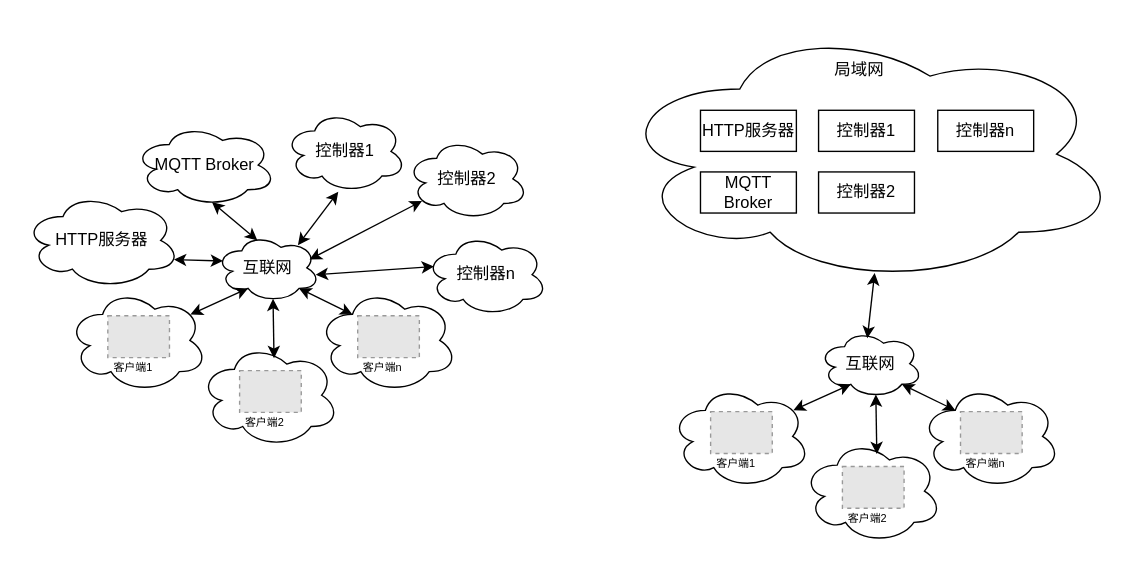
This is page "第 1 页" (1 of 3) of 系统拓扑图.drawio from hjc2000/paperwork, a draw.io file, before an edit. Source tidied: cells renumbered, new cells numbered last; positions are measured from the earlier drawing's top-left corner, leaving out a move shared by most shapes. Both pictures are drawn from the tidied source at 137%, with x=0, y=0 at pixel (23, 23). Pictures stored in the file or linked from it are replaced by grey dashed boxes.
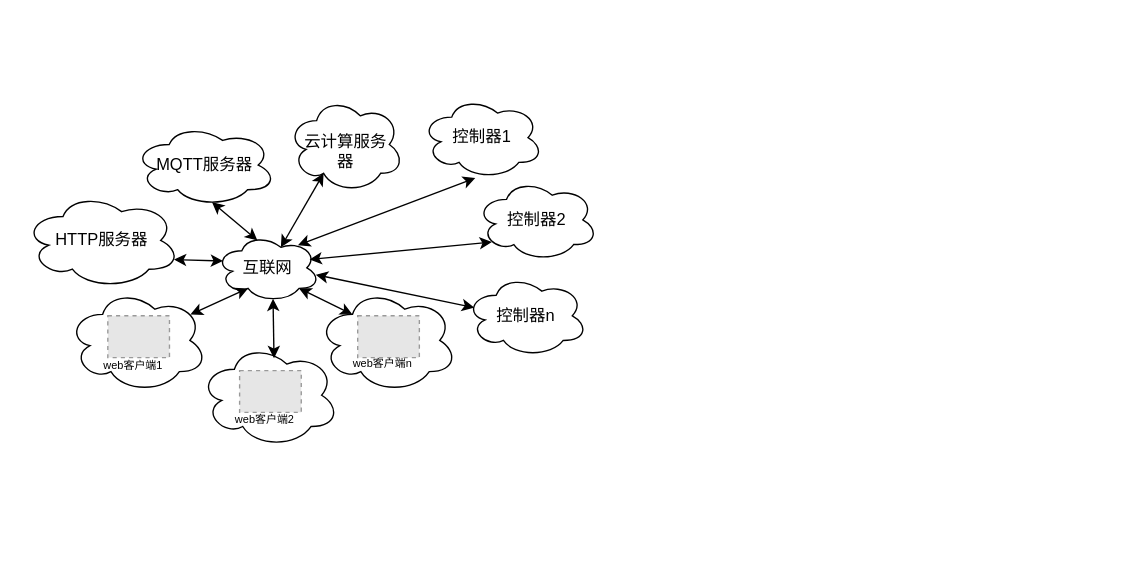
The same page after the edit.

Unchanged cells that the change refers to:
```xml
<mxCell id="3" value="互联网" style="ellipse;shape=cloud;whiteSpace=wrap;html=1;fontFamily=宋体;" parent="1" vertex="1">
  <mxGeometry x="140" y="153" width="76" height="50" as="geometry" />
</mxCell>
<mxCell id="4" style="group;" parent="1" vertex="1">
  <mxGeometry x="53.8" y="213" width="86.2" height="56" as="geometry" />
</mxCell>
<mxCell id="8" style="group;" parent="1" vertex="1">
  <mxGeometry x="150" y="253" width="86.2" height="56" as="geometry" />
</mxCell>
<mxCell id="12" style="group;" parent="1" vertex="1">
  <mxGeometry x="236.2" y="213" width="86.2" height="56" as="geometry" />
</mxCell>
```

The edit, as a diff of the source:
```diff
@@
-    <mxCell id="2" style="ellipse;shape=cloud;whiteSpace=wrap;html=1;fontFamily=宋体;verticalAlign=top;" parent="1" vertex="1">
-      <mxGeometry x="430" width="370" height="190" as="geometry" />
-    </mxCell>
@@
-    <mxCell id="7" value="&lt;font style=&quot;font-size: 8px&quot;&gt;客户端1&lt;/font&gt;" style="text;html=1;strokeColor=none;fillColor=none;align=center;verticalAlign=middle;whiteSpace=wrap;rounded=0;fontFamily=宋体;" parent="4" vertex="1">
-      <mxGeometry y="25.7" width="52.4" height="23.3" as="geometry" />
+    <mxCell id="7" value="&lt;font style=&quot;font-size: 8px&quot;&gt;web客户端1&lt;/font&gt;" style="text;html=1;strokeColor=none;fillColor=none;align=center;verticalAlign=middle;whiteSpace=wrap;rounded=0;fontFamily=宋体;" parent="4" vertex="1">
+      <mxGeometry y="23.7" width="52.4" height="23.3" as="geometry" />
     </mxCell>
@@
-    <mxCell id="11" value="&lt;font style=&quot;font-size: 8px&quot;&gt;客户端2&lt;/font&gt;" style="text;html=1;strokeColor=none;fillColor=none;align=center;verticalAlign=middle;whiteSpace=wrap;rounded=0;fontFamily=宋体;" parent="8" vertex="1">
-      <mxGeometry y="25.7" width="52.4" height="23.3" as="geometry" />
+    <mxCell id="11" value="&lt;font style=&quot;font-size: 8px&quot;&gt;web客户端2&lt;/font&gt;" style="text;html=1;strokeColor=none;fillColor=none;align=center;verticalAlign=middle;whiteSpace=wrap;rounded=0;fontFamily=宋体;" parent="8" vertex="1">
+      <mxGeometry y="23.7" width="52.4" height="23.3" as="geometry" />
     </mxCell>
@@
-    <mxCell id="15" value="&lt;font style=&quot;font-size: 8px&quot;&gt;客户端n&lt;/font&gt;" style="text;html=1;strokeColor=none;fillColor=none;align=center;verticalAlign=middle;whiteSpace=wrap;rounded=0;fontFamily=宋体;" parent="12" vertex="1">
-      <mxGeometry y="25.7" width="52.4" height="23.3" as="geometry" />
+    <mxCell id="15" value="&lt;font style=&quot;font-size: 8px&quot;&gt;web客户端n&lt;/font&gt;" style="text;html=1;strokeColor=none;fillColor=none;align=center;verticalAlign=middle;whiteSpace=wrap;rounded=0;fontFamily=宋体;" parent="12" vertex="1">
+      <mxGeometry y="22.7" width="52.4" height="23.3" as="geometry" />
     </mxCell>
@@
     <mxCell id="19" value="控制器1" style="ellipse;shape=cloud;whiteSpace=wrap;html=1;fontFamily=宋体;" parent="1" vertex="1">
-      <mxGeometry x="190" y="63" width="89" height="60" as="geometry" />
+      <mxGeometry x="290" y="53" width="89" height="60" as="geometry" />
     </mxCell>
@@
-    <mxCell id="21" value="MQTT Broker" style="ellipse;shape=cloud;whiteSpace=wrap;html=1;fontFamily=宋体;" parent="1" vertex="1">
+    <mxCell id="21" value="MQTT服务器" style="ellipse;shape=cloud;whiteSpace=wrap;html=1;fontFamily=宋体;" parent="1" vertex="1">
       <mxGeometry x="80" y="73" width="104" height="60" as="geometry" />
     </mxCell>
@@
     <mxCell id="25" value="控制器2" style="ellipse;shape=cloud;whiteSpace=wrap;html=1;fontFamily=宋体;" parent="1" vertex="1">
-      <mxGeometry x="279" y="83" width="89" height="60" as="geometry" />
+      <mxGeometry x="330" y="113" width="89" height="60" as="geometry" />
     </mxCell>
     <mxCell id="26" value="控制器n" style="ellipse;shape=cloud;whiteSpace=wrap;html=1;fontFamily=宋体;" parent="1" vertex="1">
-      <mxGeometry x="293" y="153" width="89" height="60" as="geometry" />
+      <mxGeometry x="322.4" y="183" width="89" height="60" as="geometry" />
     </mxCell>
@@
-    <mxCell id="29" value="互联网" style="ellipse;shape=cloud;whiteSpace=wrap;html=1;fontFamily=宋体;" parent="1" vertex="1">
-      <mxGeometry x="580" y="223" width="76" height="50" as="geometry" />
-    </mxCell>
-    <mxCell id="30" style="group;" parent="1" vertex="1">
-      <mxGeometry x="493.8" y="283" width="86.2" height="56" as="geometry" />
-    </mxCell>
-    <mxCell id="31" style="ellipse;shape=cloud;whiteSpace=wrap;html=1;fontFamily=宋体;" parent="30" vertex="1">
-      <mxGeometry x="-21.9" y="-20" width="101.9" height="76" as="geometry" />
-    </mxCell>
-    <mxCell id="32" style="fillColor=#E6E6E6;strokeColor=#999999;dashed=1;verticalLabelPosition=bottom;labelBackgroundColor=default;verticalAlign=top;fontFamily=宋体;" parent="30" vertex="1">
-      <mxGeometry x="7.4" width="45" height="30.5" as="geometry" />
-    </mxCell>
-    <mxCell id="33" value="&lt;font style=&quot;font-size: 8px&quot;&gt;客户端1&lt;/font&gt;" style="text;html=1;strokeColor=none;fillColor=none;align=center;verticalAlign=middle;whiteSpace=wrap;rounded=0;fontFamily=宋体;" parent="30" vertex="1">
-      <mxGeometry y="25.7" width="52.4" height="23.3" as="geometry" />
-    </mxCell>
-    <mxCell id="34" style="group;" parent="1" vertex="1">
-      <mxGeometry x="590" y="323" width="86.2" height="56" as="geometry" />
-    </mxCell>
-    <mxCell id="35" style="ellipse;shape=cloud;whiteSpace=wrap;html=1;fontFamily=宋体;" parent="34" vertex="1">
-      <mxGeometry x="-21.9" y="-20" width="101.9" height="76" as="geometry" />
-    </mxCell>
-    <mxCell id="36" style="fillColor=#E6E6E6;strokeColor=#999999;dashed=1;verticalLabelPosition=bottom;labelBackgroundColor=default;verticalAlign=top;fontFamily=宋体;" parent="34" vertex="1">
-      <mxGeometry x="7.4" width="45" height="30.5" as="geometry" />
-    </mxCell>
-    <mxCell id="37" value="&lt;font style=&quot;font-size: 8px&quot;&gt;客户端2&lt;/font&gt;" style="text;html=1;strokeColor=none;fillColor=none;align=center;verticalAlign=middle;whiteSpace=wrap;rounded=0;fontFamily=宋体;" parent="34" vertex="1">
-      <mxGeometry y="25.7" width="52.4" height="23.3" as="geometry" />
-    </mxCell>
-    <mxCell id="38" style="group;" parent="1" vertex="1">
-      <mxGeometry x="676.2" y="283" width="86.2" height="56" as="geometry" />
-    </mxCell>
-    <mxCell id="39" style="ellipse;shape=cloud;whiteSpace=wrap;html=1;fontFamily=宋体;" parent="38" vertex="1">
-      <mxGeometry x="-21.9" y="-20" width="101.9" height="76" as="geometry" />
-    </mxCell>
-    <mxCell id="40" style="fillColor=#E6E6E6;strokeColor=#999999;dashed=1;verticalLabelPosition=bottom;labelBackgroundColor=default;verticalAlign=top;fontFamily=宋体;" parent="38" vertex="1">
-      <mxGeometry x="7.4" width="45" height="30.5" as="geometry" />
-    </mxCell>
-    <mxCell id="41" value="&lt;font style=&quot;font-size: 8px&quot;&gt;客户端n&lt;/font&gt;" style="text;html=1;strokeColor=none;fillColor=none;align=center;verticalAlign=middle;whiteSpace=wrap;rounded=0;fontFamily=宋体;" parent="38" vertex="1">
-      <mxGeometry y="25.7" width="52.4" height="23.3" as="geometry" />
-    </mxCell>
-    <mxCell id="42" style="endArrow=classic;html=1;rounded=0;fontFamily=宋体;exitX=0.31;exitY=0.8;exitDx=0;exitDy=0;exitPerimeter=0;entryX=0.88;entryY=0.25;entryDx=0;entryDy=0;entryPerimeter=0;startArrow=classic;startFill=1;" parent="1" edge="1" source="29" target="31">
-      <mxGeometry relative="1" as="geometry" />
-    </mxCell>
-    <mxCell id="43" style="endArrow=classic;html=1;rounded=0;fontFamily=宋体;exitX=0.55;exitY=0.95;exitDx=0;exitDy=0;exitPerimeter=0;entryX=0.534;entryY=0.144;entryDx=0;entryDy=0;entryPerimeter=0;startArrow=classic;startFill=1;" parent="1" edge="1" source="29" target="35">
-      <mxGeometry relative="1" as="geometry" />
-    </mxCell>
-    <mxCell id="44" style="endArrow=classic;html=1;rounded=0;fontFamily=宋体;exitX=0.8;exitY=0.8;exitDx=0;exitDy=0;exitPerimeter=0;entryX=0.25;entryY=0.25;entryDx=0;entryDy=0;entryPerimeter=0;startArrow=classic;startFill=1;" parent="1" edge="1" source="29" target="39">
-      <mxGeometry relative="1" as="geometry" />
-    </mxCell>
-    <mxCell id="45" value="HTTP服务器" style="rounded=0;whiteSpace=wrap;html=1;fontFamily=宋体;" parent="1" vertex="1">
-      <mxGeometry x="493.8" y="63" width="70" height="30" as="geometry" />
-    </mxCell>
-    <mxCell id="46" value="MQTT Broker" style="rounded=0;whiteSpace=wrap;html=1;fontFamily=宋体;" parent="1" vertex="1">
-      <mxGeometry x="493.8" y="108" width="70" height="30" as="geometry" />
-    </mxCell>
-    <mxCell id="47" value="控制器1" style="rounded=0;whiteSpace=wrap;html=1;fontFamily=宋体;" parent="1" vertex="1">
-      <mxGeometry x="580" y="63" width="70" height="30" as="geometry" />
-    </mxCell>
-    <mxCell id="48" value="控制器2" style="rounded=0;whiteSpace=wrap;html=1;fontFamily=宋体;" parent="1" vertex="1">
-      <mxGeometry x="580" y="108" width="70" height="30" as="geometry" />
-    </mxCell>
-    <mxCell id="49" value="控制器n" style="rounded=0;whiteSpace=wrap;html=1;fontFamily=宋体;" parent="1" vertex="1">
-      <mxGeometry x="667" y="63" width="70" height="30" as="geometry" />
-    </mxCell>
-    <mxCell id="50" value="局域网" style="text;html=1;strokeColor=none;fillColor=none;align=center;verticalAlign=middle;whiteSpace=wrap;rounded=0;fontFamily=宋体;" parent="1" vertex="1">
-      <mxGeometry x="580" y="19" width="60" height="30" as="geometry" />
-    </mxCell>
-    <mxCell id="51" style="endArrow=classic;startArrow=classic;html=1;rounded=0;fontFamily=宋体;exitX=0.468;exitY=0.129;exitDx=0;exitDy=0;exitPerimeter=0;entryX=0.516;entryY=0.957;entryDx=0;entryDy=0;entryPerimeter=0;" parent="1" edge="1" source="29" target="2">
-      <mxGeometry relative="1" as="geometry" />
-    </mxCell>
+    <mxCell id="52" value="云计算服务器" style="ellipse;shape=cloud;whiteSpace=wrap;html=1;fontFamily=宋体;spacingTop=9;spacingLeft=12;spacingRight=11;" parent="1" vertex="1">
+      <mxGeometry x="192.4" y="53" width="84.9" height="70" as="geometry" />
+    </mxCell>
+    <mxCell id="53" style="endArrow=classic;startArrow=classic;html=1;rounded=0;exitX=0.625;exitY=0.2;exitDx=0;exitDy=0;exitPerimeter=0;entryX=0.31;entryY=0.8;entryDx=0;entryDy=0;entryPerimeter=0;" parent="1" edge="1" source="3" target="52">
+      <mxGeometry relative="1" as="geometry" />
+    </mxCell>
```
